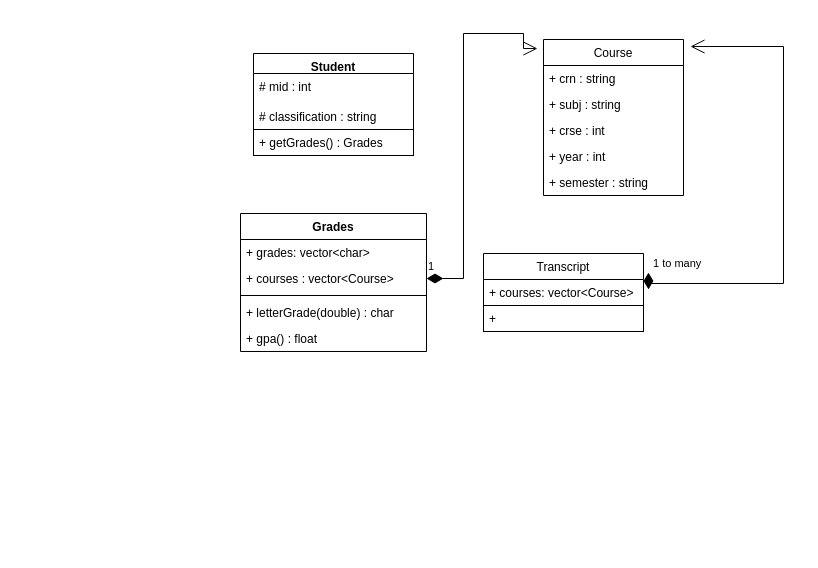
Before: Assignments/A06/a06.drawio in angel-badillo-hernandez/2143-OOP-Badillo, a draw.io diagram. Source tidied: cells renumbered, new cells numbered last; positions are measured from the earlier drawing's top-left corner, leaving out a move shared by most shapes. Both pictures are drawn from the tidied source at 100%, with x=0, y=0 at pixel (240, 33).
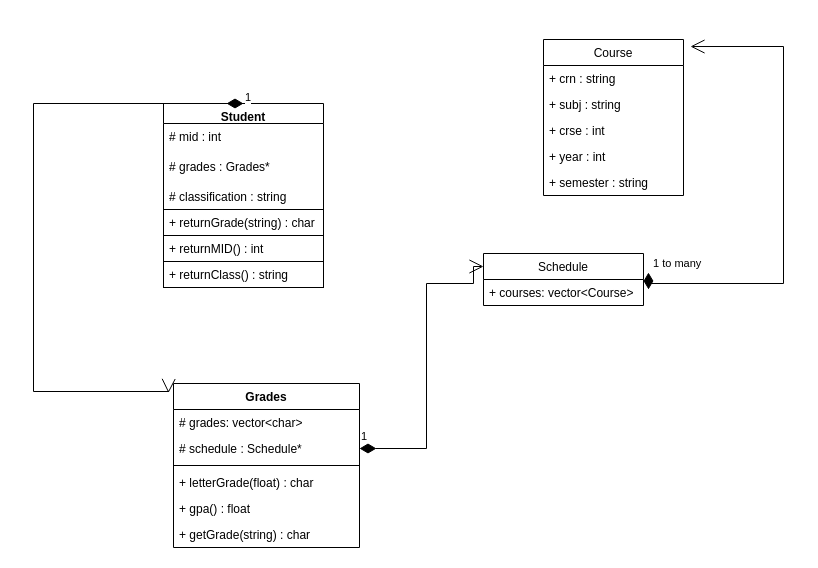
Above is the later version.

The change refers to these unchanged cells:
```xml
<mxCell id="12" value="Course" style="swimlane;fontStyle=0;horizontal=1;startSize=26;fillColor=none;" parent="1" vertex="1">
  <mxGeometry x="303" y="6" width="140" height="156" as="geometry" />
</mxCell>
```

What changed in the source:
```diff
@@
     <mxCell id="2" value="Student" style="swimlane;fontStyle=1;align=center;verticalAlign=top;horizontal=1;startSize=20;" parent="1" vertex="1">
-      <mxGeometry x="13" y="20" width="160" height="102" as="geometry" />
+      <mxGeometry x="-77" y="70" width="160" height="184" as="geometry" />
     </mxCell>
@@
+    <mxCell id="23" value="# grades : Grades*" style="text;strokeColor=none;fillColor=none;align=left;verticalAlign=top;spacingLeft=4;spacingRight=4;overflow=hidden;" parent="2" vertex="1">
+      <mxGeometry y="50" width="160" height="30" as="geometry" />
+    </mxCell>
     <mxCell id="4" value="# classification : string" style="text;strokeColor=none;fillColor=none;align=left;verticalAlign=top;spacingLeft=4;spacingRight=4;overflow=hidden;" parent="2" vertex="1">
-      <mxGeometry y="50" width="160" height="26" as="geometry" />
+      <mxGeometry y="80" width="160" height="26" as="geometry" />
     </mxCell>
-    <mxCell id="5" value="+ getGrades() : Grades" style="text;strokeColor=black;fillColor=none;align=left;verticalAlign=top;spacingLeft=4;spacingRight=4;overflow=hidden;" parent="2" vertex="1">
-      <mxGeometry y="76" width="160" height="26" as="geometry" />
+    <mxCell id="5" value="+ returnGrade(string) : char" style="text;strokeColor=black;fillColor=none;align=left;verticalAlign=top;spacingLeft=4;spacingRight=4;overflow=hidden;" parent="2" vertex="1">
+      <mxGeometry y="106" width="160" height="26" as="geometry" />
     </mxCell>
+    <mxCell id="24" value="+ returnMID() : int" style="text;strokeColor=black;fillColor=none;align=left;verticalAlign=top;spacingLeft=4;spacingRight=4;overflow=hidden;" parent="2" vertex="1">
+      <mxGeometry y="132" width="160" height="26" as="geometry" />
+    </mxCell>
+    <mxCell id="25" value="+ returnClass() : string" style="text;strokeColor=black;fillColor=none;align=left;verticalAlign=top;spacingLeft=4;spacingRight=4;overflow=hidden;" parent="2" vertex="1">
+      <mxGeometry y="158" width="160" height="26" as="geometry" />
+    </mxCell>
     <mxCell id="6" value="Grades" style="swimlane;fontStyle=1;align=center;verticalAlign=top;horizontal=1;startSize=26;" parent="1" vertex="1">
-      <mxGeometry y="180" width="186" height="138" as="geometry" />
+      <mxGeometry x="-67" y="350" width="186" height="164" as="geometry" />
     </mxCell>
-    <mxCell id="7" value="+ grades: vector&lt;char&gt;" style="text;strokeColor=none;fillColor=none;align=left;verticalAlign=top;spacingLeft=4;spacingRight=4;overflow=hidden;" parent="6" vertex="1">
+    <mxCell id="7" value="# grades: vector&lt;char&gt;" style="text;strokeColor=none;fillColor=none;align=left;verticalAlign=top;spacingLeft=4;spacingRight=4;overflow=hidden;" parent="6" vertex="1">
       <mxGeometry y="26" width="186" height="26" as="geometry" />
     </mxCell>
-    <mxCell id="8" value="+ courses : vector&lt;Course&gt;" style="text;strokeColor=none;fillColor=none;align=left;verticalAlign=top;spacingLeft=4;spacingRight=4;overflow=hidden;points=[[0,0.5],[1,0.5]];portConstraint=eastwest;" parent="6" vertex="1">
+    <mxCell id="8" value="# schedule : Schedule*" style="text;strokeColor=none;fillColor=none;align=left;verticalAlign=top;spacingLeft=4;spacingRight=4;overflow=hidden;points=[[0,0.5],[1,0.5]];portConstraint=eastwest;" parent="6" vertex="1">
       <mxGeometry y="52" width="186" height="26" as="geometry" />
     </mxCell>
@@
-    <mxCell id="10" value="+ letterGrade(double) : char" style="text;strokeColor=none;fillColor=none;align=left;verticalAlign=top;spacingLeft=4;spacingRight=4;overflow=hidden;" parent="6" vertex="1">
+    <mxCell id="10" value="+ letterGrade(float) : char" style="text;strokeColor=none;fillColor=none;align=left;verticalAlign=top;spacingLeft=4;spacingRight=4;overflow=hidden;" parent="6" vertex="1">
       <mxGeometry y="86" width="186" height="26" as="geometry" />
     </mxCell>
@@
+    <mxCell id="26" value="+ getGrade(string) : char" style="text;strokeColor=none;fillColor=none;align=left;verticalAlign=top;spacingLeft=4;spacingRight=4;overflow=hidden;" parent="6" vertex="1">
+      <mxGeometry y="138" width="186" height="26" as="geometry" />
+    </mxCell>
@@
-    <mxCell id="18" value="Transcript" style="swimlane;fontStyle=0;horizontal=1;startSize=26;fillColor=none;" parent="1" vertex="1">
-      <mxGeometry x="243" y="220" width="160" height="78" as="geometry" />
+    <mxCell id="18" value="Schedule" style="swimlane;fontStyle=0;horizontal=1;startSize=26;fillColor=none;" parent="1" vertex="1">
+      <mxGeometry x="243" y="220" width="160" height="52" as="geometry" />
     </mxCell>
@@
-    <mxCell id="20" value="+" style="text;strokeColor=black;fillColor=none;align=left;verticalAlign=top;spacingLeft=4;spacingRight=4;overflow=hidden;" parent="18" vertex="1">
-      <mxGeometry y="52" width="160" height="26" as="geometry" />
-    </mxCell>
-    <mxCell id="21" value="1" style="endArrow=open;html=1;endSize=12;startArrow=diamondThin;startSize=14;startFill=1;edgeStyle=orthogonalEdgeStyle;align=left;verticalAlign=bottom;rounded=0;exitX=1;exitY=0.5;exitDx=0;exitDy=0;entryX=-0.043;entryY=0.058;entryDx=0;entryDy=0;entryPerimeter=0;" parent="1" edge="1" source="8" target="12">
+    <mxCell id="21" value="1" style="endArrow=open;html=1;endSize=12;startArrow=diamondThin;startSize=14;startFill=1;edgeStyle=orthogonalEdgeStyle;align=left;verticalAlign=bottom;rounded=0;exitX=1;exitY=0.5;exitDx=0;exitDy=0;entryX=0;entryY=0.25;entryDx=0;entryDy=0;" parent="1" edge="1" source="8" target="18">
       <mxGeometry x="-1" y="3" relative="1" as="geometry">
         <Array as="points">
-          <mxPoint x="223" y="245" />
-          <mxPoint x="223" />
-          <mxPoint x="283" />
-          <mxPoint x="283" y="15" />
+          <mxPoint x="186" y="415" />
+          <mxPoint x="186" y="250" />
+          <mxPoint x="233" y="250" />
+          <mxPoint x="233" y="233" />
         </Array>
       </mxGeometry>
     </mxCell>
@@
+    <mxCell id="27" value="1" style="endArrow=open;html=1;endSize=12;startArrow=diamondThin;startSize=14;startFill=1;edgeStyle=orthogonalEdgeStyle;align=left;verticalAlign=bottom;rounded=0;entryX=-0.027;entryY=0.058;entryDx=0;entryDy=0;entryPerimeter=0;" parent="1" edge="1" target="6">
+      <mxGeometry x="-1" y="3" relative="1" as="geometry">
+        <mxPoint x="3" y="70" as="sourcePoint" />
+        <Array as="points">
+          <mxPoint x="-207" y="70" />
+          <mxPoint x="-207" y="358" />
+        </Array>
+      </mxGeometry>
+    </mxCell>
```
